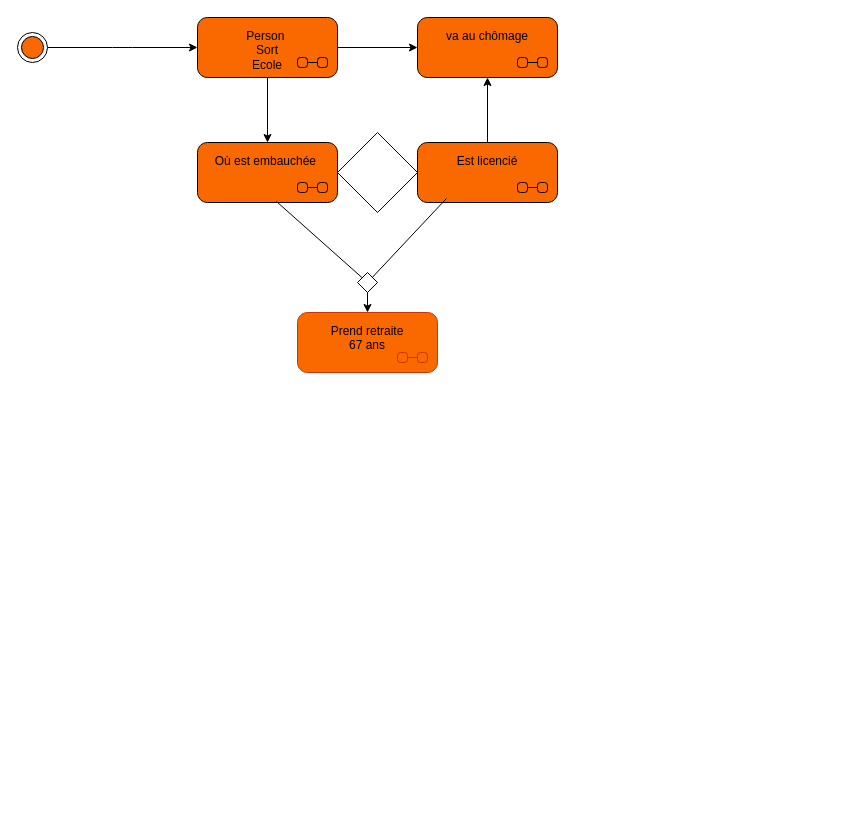
Before: Untitled Diagram.drawio in GillesRaepsaet/BaseHtml, a draw.io diagram. Source tidied: cells renumbered, new cells numbered last; positions are measured from the earlier drawing's top-left corner, leaving out a move shared by most shapes. Both pictures are drawn from the tidied source at 100%, with x=0, y=0 at pixel (17, 17).
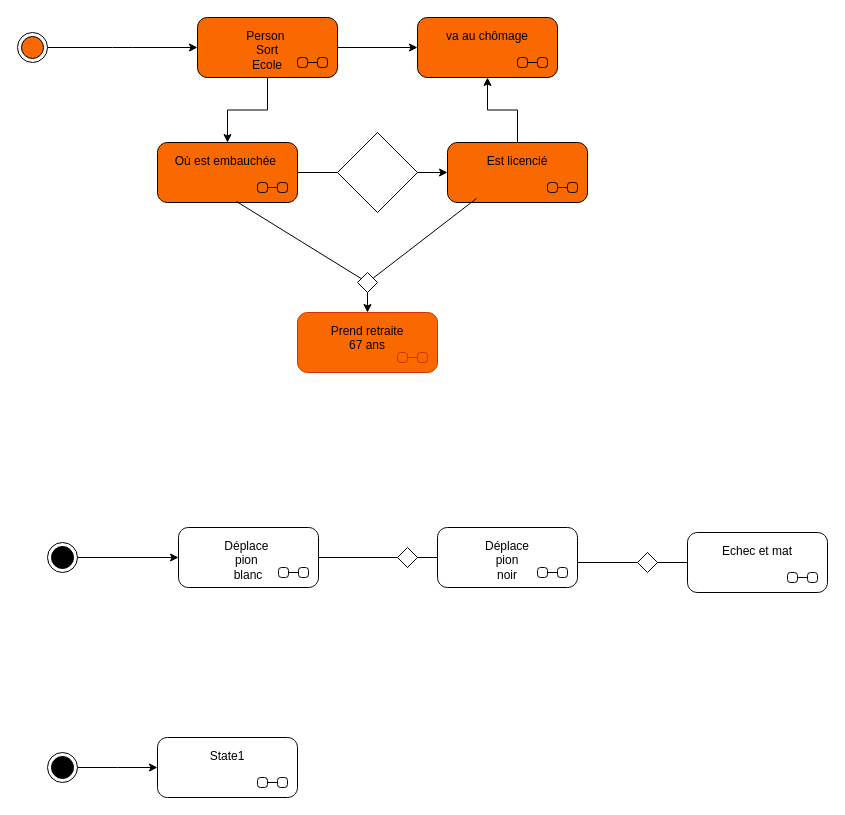
The same diagram, later.

Diff of the diagram source:
```diff
@@
     <mxCell id="9" value="Où est embauchée&amp;nbsp;" style="shape=umlState;rounded=1;verticalAlign=top;spacingTop=5;umlStateSymbol=collapseState;absoluteArcSize=1;arcSize=10;html=1;whiteSpace=wrap;fillColor=#fa6800;fontColor=#000000;strokeColor=default;shadow=0;" parent="1" vertex="1">
-      <mxGeometry x="180" y="125" width="140" height="60" as="geometry" />
+      <mxGeometry x="140" y="125" width="140" height="60" as="geometry" />
     </mxCell>
@@
     <mxCell id="11" value="Est licencié" style="shape=umlState;rounded=1;verticalAlign=top;spacingTop=5;umlStateSymbol=collapseState;absoluteArcSize=1;arcSize=10;html=1;whiteSpace=wrap;fillColor=#fa6800;fontColor=#000000;strokeColor=default;shadow=0;" parent="1" vertex="1">
-      <mxGeometry x="400" y="125" width="140" height="60" as="geometry" />
+      <mxGeometry x="430" y="125" width="140" height="60" as="geometry" />
     </mxCell>
@@
+    <mxCell id="18" style="edgeStyle=orthogonalEdgeStyle;rounded=0;jettySize=auto;html=1;exitX=1;exitY=0.5;exitDx=0;exitDy=0;entryX=0;entryY=0.5;entryDx=0;entryDy=0;" parent="1" edge="1" source="19" target="20">
+      <mxGeometry relative="1" as="geometry" />
+    </mxCell>
+    <mxCell id="19" style="ellipse;html=1;shape=endState;fillColor=strokeColor;" parent="1" vertex="1">
+      <mxGeometry x="30" y="525" width="30" height="30" as="geometry" />
+    </mxCell>
+    <mxCell id="20" value="Déplace&amp;nbsp;&lt;div&gt;pion&amp;nbsp;&lt;/div&gt;&lt;div&gt;blanc&lt;/div&gt;" style="shape=umlState;rounded=1;verticalAlign=top;spacingTop=5;umlStateSymbol=collapseState;absoluteArcSize=1;arcSize=10;html=1;whiteSpace=wrap;" parent="1" vertex="1">
+      <mxGeometry x="161" y="510" width="140" height="60" as="geometry" />
+    </mxCell>
+    <mxCell id="21" style="rhombus;" parent="1" vertex="1">
+      <mxGeometry x="380" y="530" width="20" height="20" as="geometry" />
+    </mxCell>
+    <mxCell id="22" style="endArrow=none;html=1;rounded=0;align=center;verticalAlign=bottom;labelBackgroundColor=none;exitX=1;exitY=0.5;exitDx=0;exitDy=0;" parent="1" edge="1" source="20" target="21">
+      <mxGeometry relative="1" as="geometry" />
+    </mxCell>
+    <mxCell id="23" style="endArrow=none;html=1;rounded=0;align=center;verticalAlign=bottom;labelBackgroundColor=none;" parent="1" edge="1" source="21" target="24">
+      <mxGeometry relative="1" as="geometry" />
+    </mxCell>
+    <mxCell id="24" value="Déplace&lt;div&gt;pion&lt;/div&gt;&lt;div&gt;noir&lt;/div&gt;" style="shape=umlState;rounded=1;verticalAlign=top;spacingTop=5;umlStateSymbol=collapseState;absoluteArcSize=1;arcSize=10;html=1;whiteSpace=wrap;" parent="1" vertex="1">
+      <mxGeometry x="420" y="510" width="140" height="60" as="geometry" />
+    </mxCell>
+    <mxCell id="25" style="rhombus;" parent="1" vertex="1">
+      <mxGeometry x="620" y="535" width="20" height="20" as="geometry" />
+    </mxCell>
+    <mxCell id="26" style="endArrow=none;html=1;rounded=0;align=center;verticalAlign=bottom;labelBackgroundColor=none;" parent="1" edge="1" target="25">
+      <mxGeometry relative="1" as="geometry">
+        <mxPoint x="560" y="545" as="sourcePoint" />
+      </mxGeometry>
+    </mxCell>
+    <mxCell id="27" style="endArrow=none;html=1;rounded=0;align=center;verticalAlign=bottom;labelBackgroundColor=none;" parent="1" edge="1" source="25" target="28">
+      <mxGeometry relative="1" as="geometry" />
+    </mxCell>
+    <mxCell id="28" value="Echec et mat" style="shape=umlState;rounded=1;verticalAlign=top;spacingTop=5;umlStateSymbol=collapseState;absoluteArcSize=1;arcSize=10;html=1;whiteSpace=wrap;" parent="1" vertex="1">
+      <mxGeometry x="670" y="515" width="140" height="60" as="geometry" />
+    </mxCell>
+    <mxCell id="29" style="edgeStyle=orthogonalEdgeStyle;rounded=0;jettySize=auto;html=1;exitX=1;exitY=0.5;exitDx=0;exitDy=0;" parent="1" edge="1" source="30">
+      <mxGeometry relative="1" as="geometry">
+        <mxPoint x="140" y="750" as="targetPoint" />
+      </mxGeometry>
+    </mxCell>
+    <mxCell id="30" style="ellipse;html=1;shape=endState;fillColor=strokeColor;" parent="1" vertex="1">
+      <mxGeometry x="30" y="735" width="30" height="30" as="geometry" />
+    </mxCell>
+    <mxCell id="31" value="State1" style="shape=umlState;rounded=1;verticalAlign=top;spacingTop=5;umlStateSymbol=collapseState;absoluteArcSize=1;arcSize=10;html=1;whiteSpace=wrap;" parent="1" vertex="1">
+      <mxGeometry x="140" y="720" width="140" height="60" as="geometry" />
+    </mxCell>
```
